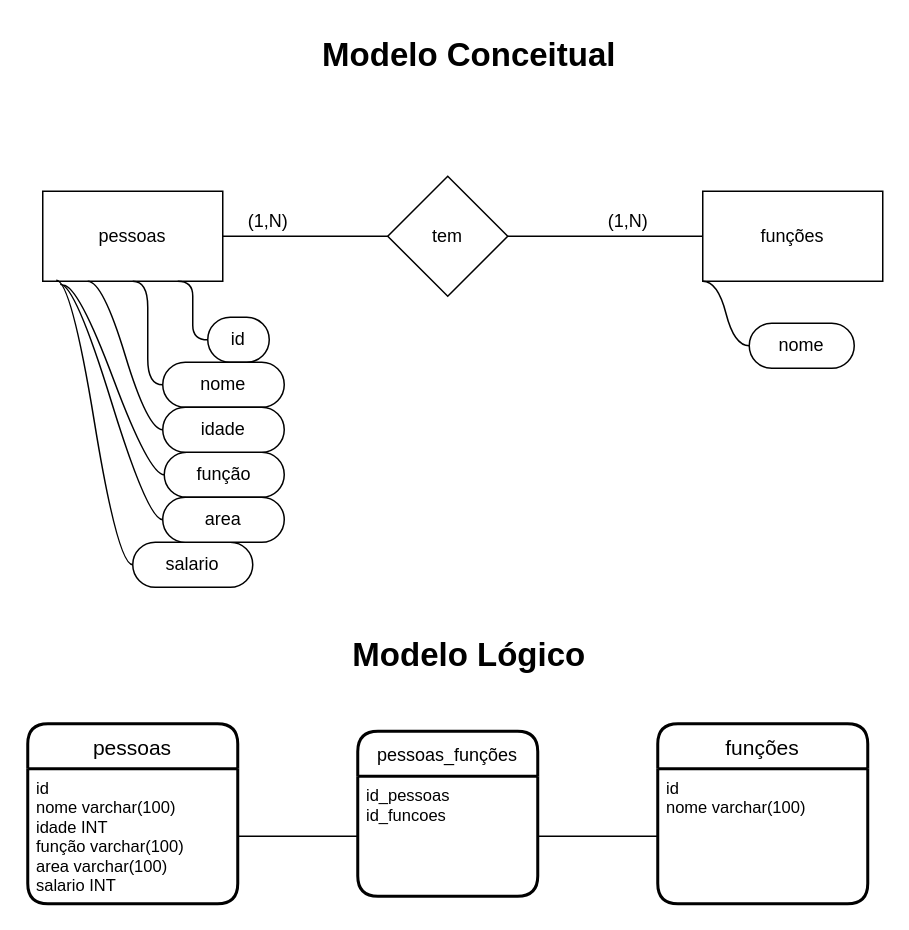
claudionsc/BD-funcionarios keeps this draw.io diagram as Diagrama sem nome.drawio. Above is the earlier version. Source tidied: cells renumbered, new cells numbered last; positions are measured from the earlier drawing's top-left corner, leaving out a move shared by most shapes. Both pictures are drawn from the tidied source at 150%, with x=0, y=0 at pixel (27, 26).
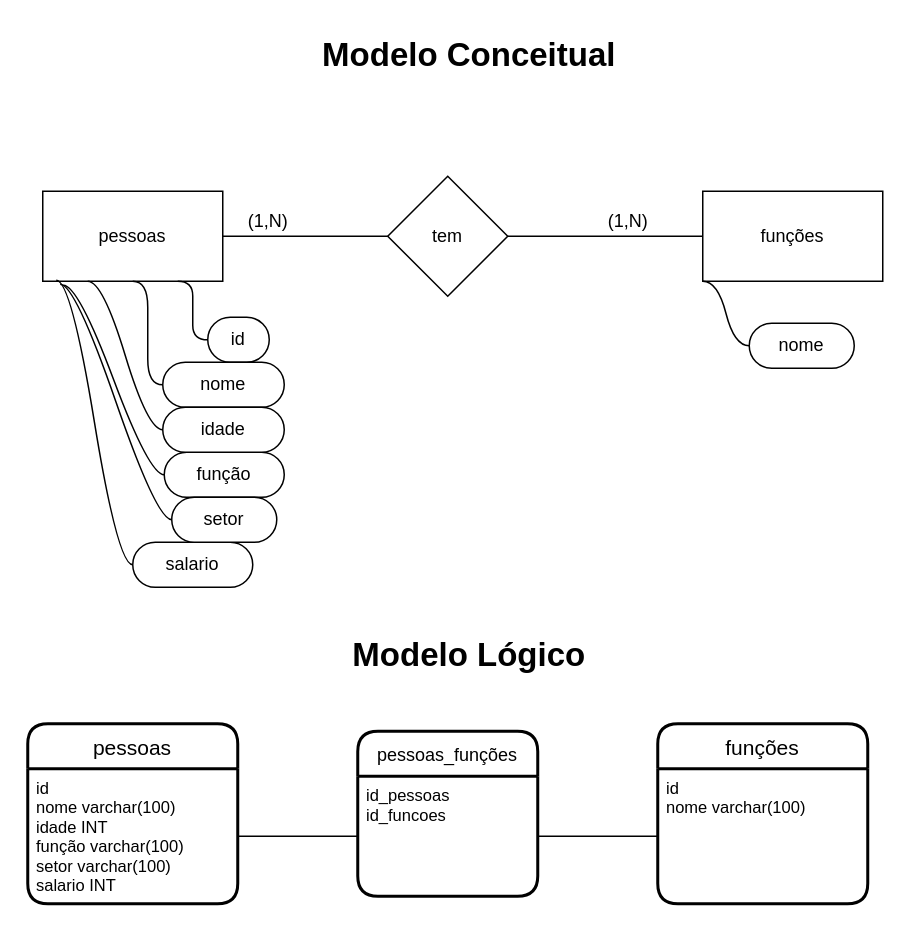
The same diagram, later.

The change refers to these unchanged cells:
```xml
<mxCell id="25" value="pessoas" style="swimlane;horizontal=1;startSize=30;rounded=1;fontSize=14;fontStyle=0;strokeWidth=2;shadow=0;dashed=0;align=center;labelBackgroundColor=default;" parent="24" vertex="1">
  <mxGeometry width="140" height="120" as="geometry" />
</mxCell>
```

What changed in the source:
```diff
@@
     <mxCell id="3" style="group;" parent="1" vertex="1">
-      <mxGeometry x="10" y="100" width="560" height="240" as="geometry" />
+      <mxGeometry x="10" y="100" width="560" height="244" as="geometry" />
     </mxCell>
@@
-    <mxCell id="17" value="area" style="whiteSpace=wrap;html=1;rounded=1;arcSize=50;align=center;verticalAlign=middle;strokeWidth=1;spacing=4;newEdgeStyle={&quot;edgeStyle&quot;:&quot;entityRelationEdgeStyle&quot;,&quot;startArrow&quot;:&quot;none&quot;,&quot;endArrow&quot;:&quot;none&quot;,&quot;segment&quot;:10,&quot;curved&quot;:1};" parent="3" vertex="1">
-      <mxGeometry x="80" y="214" width="81" height="30" as="geometry" />
+    <mxCell id="17" value="setor" style="whiteSpace=wrap;html=1;rounded=1;arcSize=50;align=center;verticalAlign=middle;strokeWidth=1;spacing=4;newEdgeStyle={&quot;edgeStyle&quot;:&quot;entityRelationEdgeStyle&quot;,&quot;startArrow&quot;:&quot;none&quot;,&quot;endArrow&quot;:&quot;none&quot;,&quot;segment&quot;:10,&quot;curved&quot;:1};" parent="3" vertex="1">
+      <mxGeometry x="86" y="214" width="70" height="30" as="geometry" />
     </mxCell>
@@
-    <mxCell id="26" value="id&#10;nome varchar(100)&#10;idade INT&#10;função varchar(100)&#10;area varchar(100)&#10;salario INT" style="align=left;strokeColor=none;fillColor=none;spacingLeft=4;fontSize=11;verticalAlign=top;" parent="25" vertex="1">
+    <mxCell id="26" value="id&#10;nome varchar(100)&#10;idade INT&#10;função varchar(100)&#10;setor varchar(100)&#10;salario INT" style="align=left;strokeColor=none;fillColor=none;spacingLeft=4;fontSize=11;verticalAlign=top;" parent="25" vertex="1">
       <mxGeometry y="30" width="140" height="90" as="geometry" />
     </mxCell>
```
